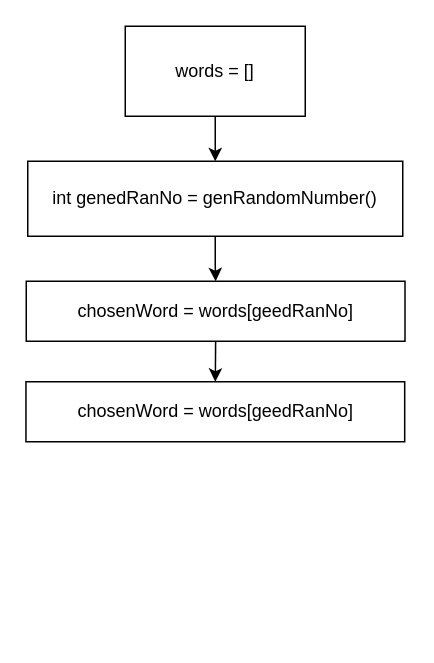
Above: hangman/Untitled Diagram.drawio in ShudarsanRegmi/20_proj_challenge (draw.io), before the change. Source tidied: cells renumbered, new cells numbered last; positions are measured from the earlier drawing's top-left corner, leaving out a move shared by most shapes. Both pictures are drawn from the tidied source at 150%, with x=0, y=0 at pixel (26, 26).
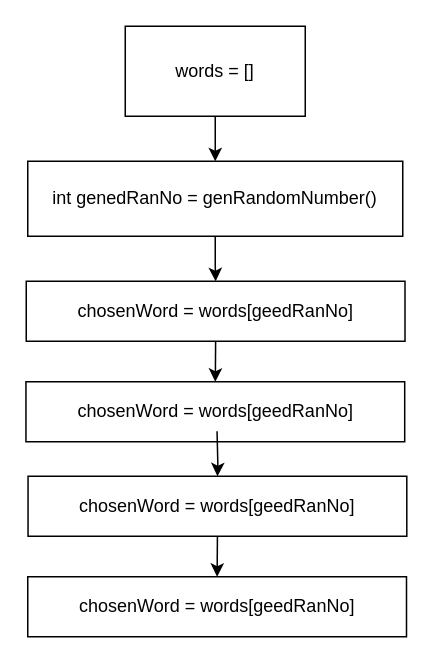
After the change.

Change to the diagram source:
```diff
@@
 <mxGraphModel>
   <root>
     <mxCell id="0" />
     <mxCell id="1" parent="0" />
     <mxCell id="2" style="edgeStyle=orthogonalEdgeStyle;rounded=0;jettySize=auto;html=1;" parent="1" edge="1" source="3" target="5">
       <mxGeometry relative="1" as="geometry" />
     </mxCell>
     <mxCell id="3" value="words = []" style="rounded=0;whiteSpace=wrap;html=1;" parent="1" vertex="1">
       <mxGeometry x="66" width="120" height="60" as="geometry" />
     </mxCell>
     <mxCell id="4" style="edgeStyle=orthogonalEdgeStyle;rounded=0;jettySize=auto;html=1;" parent="1" edge="1" source="5" target="7">
       <mxGeometry relative="1" as="geometry" />
     </mxCell>
     <mxCell id="5" value="int genedRanNo = genRandomNumber()" style="rounded=0;whiteSpace=wrap;html=1;" parent="1" vertex="1">
       <mxGeometry x="1" y="90" width="250" height="50" as="geometry" />
     </mxCell>
     <mxCell id="6" style="edgeStyle=orthogonalEdgeStyle;rounded=0;jettySize=auto;html=1;exitX=0.5;exitY=1;exitDx=0;exitDy=0;entryX=0.5;entryY=0;entryDx=0;entryDy=0;" parent="1" edge="1" source="7" target="8">
       <mxGeometry relative="1" as="geometry" />
     </mxCell>
     <mxCell id="7" value="chosenWord = words[geedRanNo]" style="whiteSpace=wrap;html=1;rounded=0;align=center;" parent="1" vertex="1">
       <mxGeometry y="170" width="252.5" height="40" as="geometry" />
     </mxCell>
     <mxCell id="8" value="chosenWord = words[geedRanNo]" style="whiteSpace=wrap;html=1;rounded=0;align=center;" parent="1" vertex="1">
       <mxGeometry x="-0.2" y="237" width="252.5" height="40" as="geometry" />
     </mxCell>
+    <mxCell id="9" style="edgeStyle=orthogonalEdgeStyle;rounded=0;jettySize=auto;html=1;" parent="1" edge="1" target="11">
+      <mxGeometry relative="1" as="geometry">
+        <mxPoint x="127.2" y="270" as="sourcePoint" />
+      </mxGeometry>
+    </mxCell>
+    <mxCell id="10" style="edgeStyle=orthogonalEdgeStyle;rounded=0;jettySize=auto;html=1;exitX=0.5;exitY=1;exitDx=0;exitDy=0;entryX=0.5;entryY=0;entryDx=0;entryDy=0;" parent="1" edge="1" source="11" target="12">
+      <mxGeometry relative="1" as="geometry" />
+    </mxCell>
+    <mxCell id="11" value="chosenWord = words[geedRanNo]" style="whiteSpace=wrap;html=1;rounded=0;align=center;" parent="1" vertex="1">
+      <mxGeometry x="1.2" y="300" width="252.5" height="40" as="geometry" />
+    </mxCell>
+    <mxCell id="12" value="chosenWord = words[geedRanNo]" style="whiteSpace=wrap;html=1;rounded=0;align=center;" parent="1" vertex="1">
+      <mxGeometry x="1" y="367" width="252.5" height="40" as="geometry" />
+    </mxCell>
   </root>
 </mxGraphModel>
```
